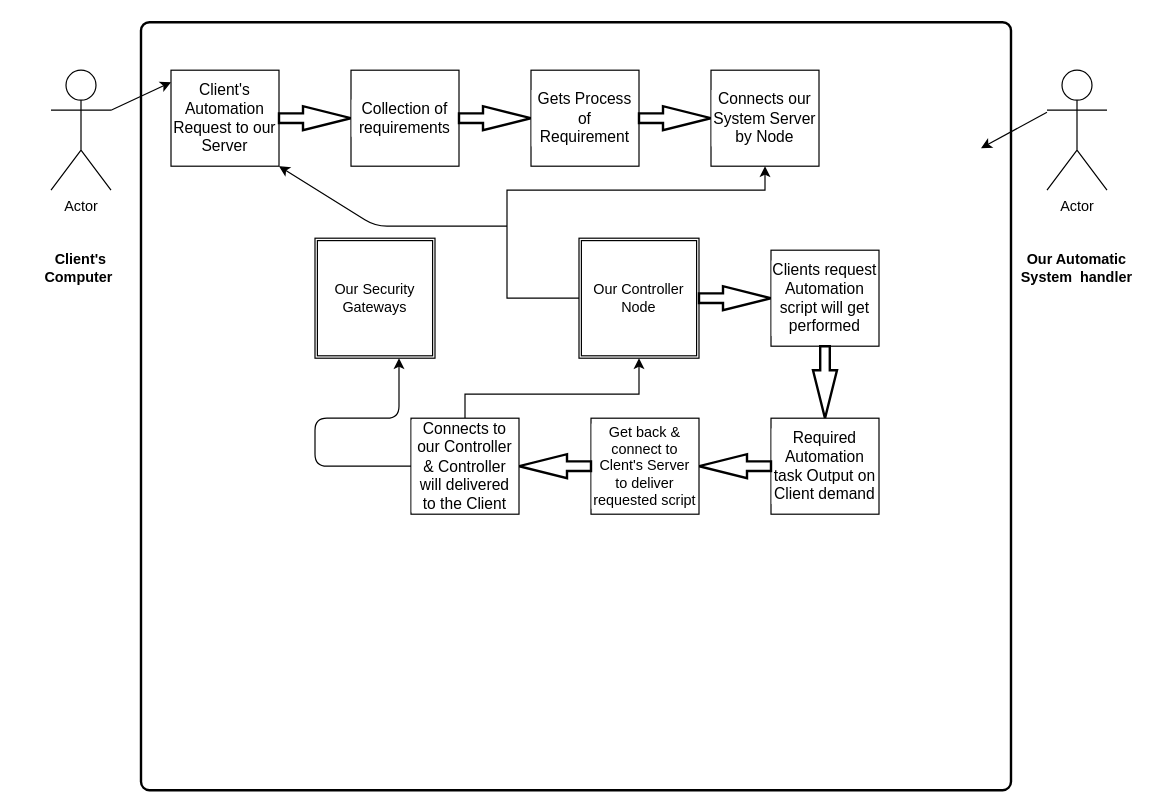
B-Shreyas/Cloud_project keeps this draw.io diagram as CloudArchitecture.drawio. Above is the earlier version. Source tidied: cells renumbered, new cells numbered last; positions are measured from the earlier drawing's top-left corner, leaving out a move shared by most shapes. Both pictures are drawn from the tidied source at 120%, with x=0, y=0 at pixel (20, 22).
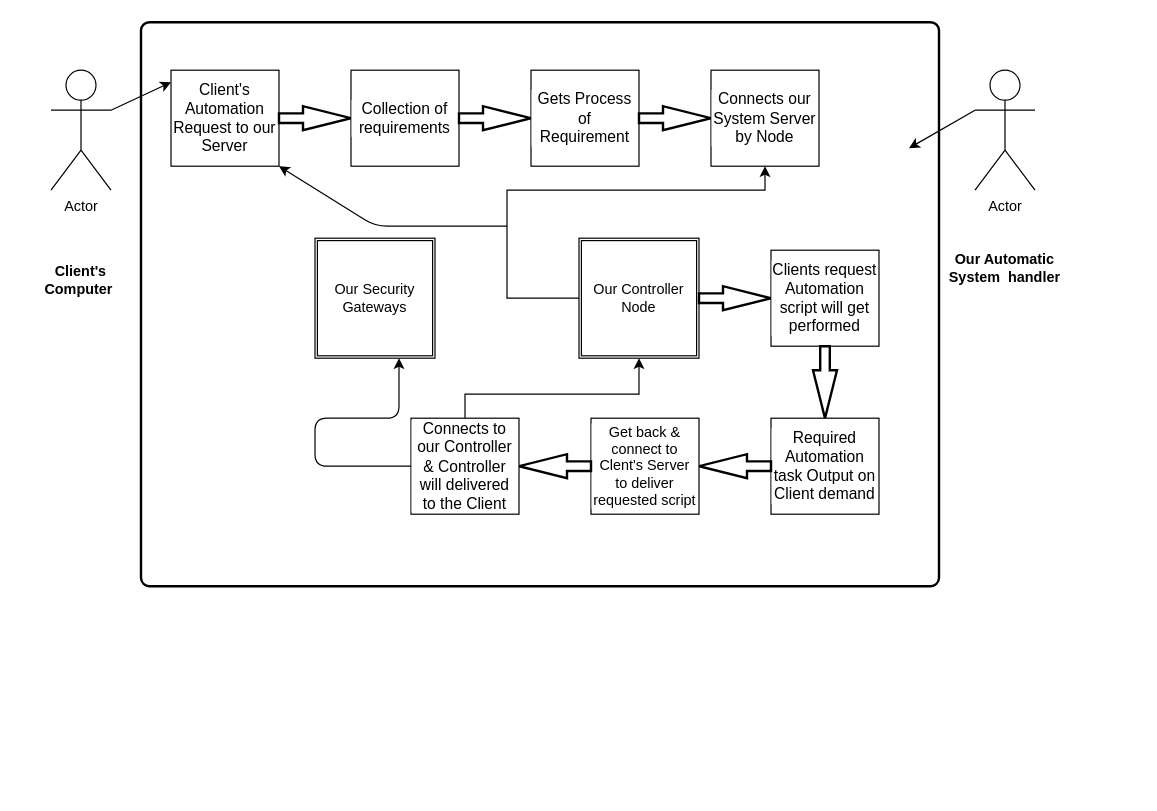
The same page after the edit.

What changed in the source:
```diff
@@
     <mxCell id="3" value="&lt;b&gt;Client's Computer&amp;nbsp;&lt;/b&gt;" style="text;html=1;strokeColor=none;fillColor=none;align=center;verticalAlign=middle;whiteSpace=wrap;rounded=0;" parent="1" vertex="1">
-      <mxGeometry y="180" width="100" height="50" as="geometry" />
+      <mxGeometry y="190" width="100" height="50" as="geometry" />
     </mxCell>
     <mxCell id="4" style="rounded=1;whiteSpace=wrap;html=1;absoluteArcSize=1;arcSize=14;strokeWidth=2;labelBorderColor=none;labelBackgroundColor=#ffffff;" parent="1" vertex="1">
-      <mxGeometry x="100" width="725" height="640" as="geometry" />
+      <mxGeometry x="100" width="665" height="470" as="geometry" />
     </mxCell>
@@
     <mxCell id="24" value="Actor" style="shape=umlActor;verticalLabelPosition=bottom;verticalAlign=top;html=1;outlineConnect=0;" parent="1" vertex="1">
-      <mxGeometry x="855" y="40" width="50" height="100" as="geometry" />
+      <mxGeometry x="795" y="40" width="50" height="100" as="geometry" />
     </mxCell>
     <mxCell id="25" value="&lt;b&gt;Our Automatic System&amp;nbsp; handler&lt;/b&gt;" style="text;html=1;strokeColor=none;fillColor=none;align=center;verticalAlign=middle;whiteSpace=wrap;rounded=0;" parent="1" vertex="1">
-      <mxGeometry x="830" y="180" width="100" height="50" as="geometry" />
+      <mxGeometry x="770" y="180" width="100" height="50" as="geometry" />
     </mxCell>
-    <mxCell id="26" style="endArrow=classic;html=1;" parent="1" edge="1">
+    <mxCell id="26" style="endArrow=classic;html=1;exitX=0;exitY=0.3333333333333333;exitDx=0;exitDy=0;exitPerimeter=0;" parent="1" edge="1" source="24">
       <mxGeometry relative="1" as="geometry">
-        <mxPoint x="855" y="75" as="sourcePoint" />
-        <mxPoint x="800" y="105" as="targetPoint" />
+        <mxPoint x="740" y="105" as="targetPoint" />
       </mxGeometry>
     </mxCell>
```
